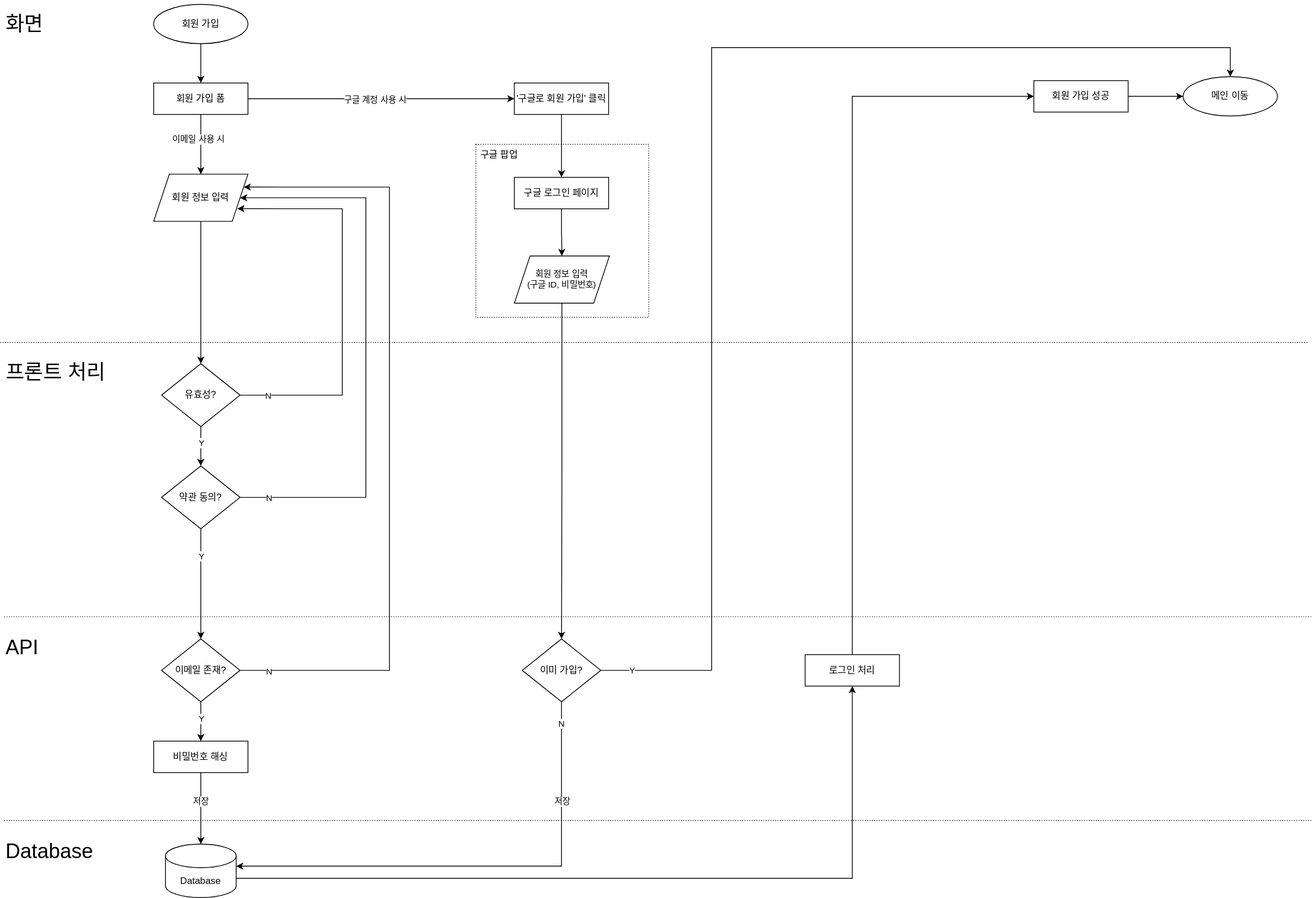
This is docs/2. 설계/2.2 소프트웨어 설계/2.2.3 플로차트/회원 가입.svg from sarifor/cart-connect-market, a draw.io export, as it was before one commit. Source tidied: cells renumbered, new cells last; positions are measured from the earlier drawing's top-left corner, leaving out a move shared by most shapes. Source of this version:
```xml
<mxGraphModel>
  <root>
    <mxCell id="0" />
    <mxCell id="1" parent="0" />
    <mxCell id="2" style="group;" parent="1" vertex="1">
      <mxGeometry x="605" y="183" width="220" height="221" as="geometry" />
    </mxCell>
    <mxCell id="3" style="whiteSpace=wrap;html=1;fillColor=none;dashed=1;dashPattern=1 2;" parent="2" vertex="1">
      <mxGeometry y="1" width="220" height="220" as="geometry" />
    </mxCell>
    <mxCell id="4" value="구글 팝업" style="text;html=1;align=center;verticalAlign=middle;whiteSpace=wrap;rounded=0;" parent="2" vertex="1">
      <mxGeometry width="60" height="30" as="geometry" />
    </mxCell>
    <mxCell id="5" style="edgeStyle=orthogonalEdgeStyle;rounded=0;jettySize=auto;html=1;" parent="1" edge="1" source="6" target="11">
      <mxGeometry relative="1" as="geometry" />
    </mxCell>
    <mxCell id="6" value="회원 가입" style="ellipse;whiteSpace=wrap;html=1;" parent="1" vertex="1">
      <mxGeometry x="195" y="6" width="120" height="50" as="geometry" />
    </mxCell>
    <mxCell id="7" style="edgeStyle=orthogonalEdgeStyle;rounded=0;jettySize=auto;html=1;" parent="1" edge="1" source="11" target="13">
      <mxGeometry relative="1" as="geometry" />
    </mxCell>
    <mxCell id="8" value="이메일 사용 시" style="edgeLabel;html=1;align=center;verticalAlign=middle;" parent="7" vertex="1">
      <mxGeometry x="-0.16" y="-4" relative="1" as="geometry">
        <mxPoint y="-1" as="offset" />
      </mxGeometry>
    </mxCell>
    <mxCell id="9" style="edgeStyle=orthogonalEdgeStyle;rounded=0;jettySize=auto;html=1;" parent="1" edge="1" source="11" target="37">
      <mxGeometry relative="1" as="geometry" />
    </mxCell>
    <mxCell id="10" value="구글 계정 사용 시" style="edgeLabel;html=1;align=center;verticalAlign=middle;" parent="9" vertex="1">
      <mxGeometry x="-0.05" y="-1" relative="1" as="geometry" />
    </mxCell>
    <mxCell id="11" value="회원 가입 폼" style="rounded=0;whiteSpace=wrap;html=1;fontSize=12;glass=0;strokeWidth=1;shadow=0;" parent="1" vertex="1">
      <mxGeometry x="195" y="106" width="120" height="40" as="geometry" />
    </mxCell>
    <mxCell id="12" style="edgeStyle=orthogonalEdgeStyle;rounded=0;jettySize=auto;html=1;" parent="1" edge="1" source="13" target="16">
      <mxGeometry relative="1" as="geometry" />
    </mxCell>
    <mxCell id="13" value="회원 정보 입력" style="shape=parallelogram;perimeter=parallelogramPerimeter;whiteSpace=wrap;html=1;fixedSize=1;" parent="1" vertex="1">
      <mxGeometry x="195" y="222" width="120" height="60" as="geometry" />
    </mxCell>
    <mxCell id="14" style="edgeStyle=orthogonalEdgeStyle;rounded=0;jettySize=auto;html=1;" parent="1" edge="1" source="16" target="21">
      <mxGeometry relative="1" as="geometry" />
    </mxCell>
    <mxCell id="15" value="Y" style="edgeLabel;html=1;align=center;verticalAlign=middle;" parent="14" vertex="1">
      <mxGeometry x="-0.2" relative="1" as="geometry" />
    </mxCell>
    <mxCell id="16" value="유효성?" style="rhombus;whiteSpace=wrap;html=1;" parent="1" vertex="1">
      <mxGeometry x="205" y="463" width="100" height="80" as="geometry" />
    </mxCell>
    <mxCell id="17" style="edgeStyle=orthogonalEdgeStyle;rounded=0;jettySize=auto;html=1;exitX=1;exitY=0.5;exitDx=0;exitDy=0;entryX=1;entryY=0.5;entryDx=0;entryDy=0;" parent="1" edge="1" source="21" target="13">
      <mxGeometry relative="1" as="geometry">
        <Array as="points">
          <mxPoint x="465" y="633" />
          <mxPoint x="465" y="252" />
        </Array>
      </mxGeometry>
    </mxCell>
    <mxCell id="18" value="N" style="edgeLabel;html=1;align=center;verticalAlign=middle;" parent="17" vertex="1">
      <mxGeometry x="-0.9" relative="1" as="geometry" />
    </mxCell>
    <mxCell id="19" style="edgeStyle=orthogonalEdgeStyle;rounded=0;jettySize=auto;html=1;entryX=0.5;entryY=0;entryDx=0;entryDy=0;" parent="1" edge="1" source="21" target="26">
      <mxGeometry relative="1" as="geometry" />
    </mxCell>
    <mxCell id="20" value="Y" style="edgeLabel;html=1;align=center;verticalAlign=middle;" parent="19" vertex="1">
      <mxGeometry x="-0.11" relative="1" as="geometry">
        <mxPoint y="-28" as="offset" />
      </mxGeometry>
    </mxCell>
    <mxCell id="21" value="약관 동의?" style="rhombus;whiteSpace=wrap;html=1;" parent="1" vertex="1">
      <mxGeometry x="205" y="593" width="100" height="80" as="geometry" />
    </mxCell>
    <mxCell id="22" style="edgeStyle=orthogonalEdgeStyle;rounded=0;jettySize=auto;html=1;" parent="1" edge="1" source="26" target="29">
      <mxGeometry relative="1" as="geometry" />
    </mxCell>
    <mxCell id="23" value="Y" style="edgeLabel;html=1;align=center;verticalAlign=middle;" parent="22" vertex="1">
      <mxGeometry x="-0.15" relative="1" as="geometry" />
    </mxCell>
    <mxCell id="24" style="edgeStyle=orthogonalEdgeStyle;rounded=0;jettySize=auto;html=1;entryX=1;entryY=0.25;entryDx=0;entryDy=0;exitX=1;exitY=0.5;exitDx=0;exitDy=0;" parent="1" edge="1" source="26" target="13">
      <mxGeometry relative="1" as="geometry">
        <Array as="points">
          <mxPoint x="495" y="853" />
          <mxPoint x="495" y="238" />
        </Array>
      </mxGeometry>
    </mxCell>
    <mxCell id="25" value="N" style="edgeLabel;html=1;align=center;verticalAlign=middle;" parent="24" vertex="1">
      <mxGeometry x="-0.93" y="-1" relative="1" as="geometry">
        <mxPoint x="1" as="offset" />
      </mxGeometry>
    </mxCell>
    <mxCell id="26" value="이메일 존재?" style="rhombus;whiteSpace=wrap;html=1;" parent="1" vertex="1">
      <mxGeometry x="205" y="813" width="100" height="80" as="geometry" />
    </mxCell>
    <mxCell id="27" style="edgeStyle=orthogonalEdgeStyle;rounded=0;jettySize=auto;html=1;" parent="1" edge="1" source="29" target="31">
      <mxGeometry relative="1" as="geometry" />
    </mxCell>
    <mxCell id="28" value="저장" style="edgeLabel;html=1;align=center;verticalAlign=middle;" parent="27" vertex="1">
      <mxGeometry x="-0.22" y="-1" relative="1" as="geometry" />
    </mxCell>
    <mxCell id="29" value="비밀번호 해싱" style="rounded=0;whiteSpace=wrap;html=1;fontSize=12;glass=0;strokeWidth=1;shadow=0;" parent="1" vertex="1">
      <mxGeometry x="195" y="943" width="120" height="40" as="geometry" />
    </mxCell>
    <mxCell id="30" style="edgeStyle=orthogonalEdgeStyle;rounded=0;jettySize=auto;html=1;exitX=1;exitY=0;exitDx=0;exitDy=43.5;exitPerimeter=0;entryX=0.5;entryY=1;entryDx=0;entryDy=0;" parent="1" edge="1" source="31" target="52">
      <mxGeometry relative="1" as="geometry" />
    </mxCell>
    <mxCell id="31" value="Database" style="shape=cylinder3;whiteSpace=wrap;html=1;boundedLbl=1;backgroundOutline=1;size=15;" parent="1" vertex="1">
      <mxGeometry x="210" y="1074" width="90" height="68" as="geometry" />
    </mxCell>
    <mxCell id="32" value="&lt;font style=&quot;font-size: 26px;&quot;&gt;화면&lt;/font&gt;" style="text;html=1;align=left;verticalAlign=middle;whiteSpace=wrap;rounded=0;" parent="1" vertex="1">
      <mxGeometry x="5" y="0.5" width="110" height="61" as="geometry" />
    </mxCell>
    <mxCell id="33" value="&lt;span style=&quot;font-size: 26px;&quot;&gt;프론트 처리&lt;/span&gt;" style="text;html=1;align=left;verticalAlign=middle;whiteSpace=wrap;rounded=0;" parent="1" vertex="1">
      <mxGeometry x="5" y="443" width="150" height="61" as="geometry" />
    </mxCell>
    <mxCell id="34" value="&lt;span style=&quot;font-size: 26px;&quot;&gt;API&lt;/span&gt;" style="text;html=1;align=left;verticalAlign=middle;whiteSpace=wrap;rounded=0;" parent="1" vertex="1">
      <mxGeometry x="5" y="793" width="150" height="61" as="geometry" />
    </mxCell>
    <mxCell id="35" value="&lt;span style=&quot;font-size: 26px;&quot;&gt;Database&lt;/span&gt;" style="text;html=1;align=left;verticalAlign=middle;whiteSpace=wrap;rounded=0;" parent="1" vertex="1">
      <mxGeometry x="5" y="1052" width="150" height="61" as="geometry" />
    </mxCell>
    <mxCell id="36" style="edgeStyle=orthogonalEdgeStyle;rounded=0;jettySize=auto;html=1;" parent="1" edge="1" source="37" target="39">
      <mxGeometry relative="1" as="geometry" />
    </mxCell>
    <mxCell id="37" value="'구글로 회원 가입' 클릭" style="rounded=0;whiteSpace=wrap;html=1;fontSize=12;glass=0;strokeWidth=1;shadow=0;" parent="1" vertex="1">
      <mxGeometry x="654" y="106" width="120" height="40" as="geometry" />
    </mxCell>
    <mxCell id="38" style="edgeStyle=orthogonalEdgeStyle;rounded=0;jettySize=auto;html=1;" parent="1" edge="1" source="39" target="41">
      <mxGeometry relative="1" as="geometry" />
    </mxCell>
    <mxCell id="39" value="구글 로그인 페이지" style="rounded=0;whiteSpace=wrap;html=1;fontSize=12;glass=0;strokeWidth=1;shadow=0;" parent="1" vertex="1">
      <mxGeometry x="654" y="226" width="120" height="40" as="geometry" />
    </mxCell>
    <mxCell id="40" style="edgeStyle=orthogonalEdgeStyle;rounded=0;jettySize=auto;html=1;entryX=0.5;entryY=0;entryDx=0;entryDy=0;" parent="1" edge="1" source="41" target="47">
      <mxGeometry relative="1" as="geometry" />
    </mxCell>
    <mxCell id="41" value="회원 정보 입력&lt;div&gt;(구글 ID, 비밀번호)&lt;/div&gt;" style="shape=parallelogram;perimeter=parallelogramPerimeter;whiteSpace=wrap;html=1;fixedSize=1;fontSize=11;" parent="1" vertex="1">
      <mxGeometry x="654" y="326" width="121" height="60" as="geometry" />
    </mxCell>
    <mxCell id="42" style="edgeStyle=orthogonalEdgeStyle;rounded=0;jettySize=auto;html=1;exitX=0.5;exitY=1;exitDx=0;exitDy=0;" parent="1" edge="1" source="47" target="31">
      <mxGeometry relative="1" as="geometry">
        <Array as="points">
          <mxPoint x="714" y="1102" />
        </Array>
      </mxGeometry>
    </mxCell>
    <mxCell id="43" value="N" style="edgeLabel;html=1;align=center;verticalAlign=middle;" parent="42" vertex="1">
      <mxGeometry x="-0.91" y="1" relative="1" as="geometry">
        <mxPoint x="-2" as="offset" />
      </mxGeometry>
    </mxCell>
    <mxCell id="44" value="저장" style="edgeLabel;html=1;align=center;verticalAlign=middle;" parent="42" vertex="1">
      <mxGeometry x="-0.61" relative="1" as="geometry">
        <mxPoint y="6" as="offset" />
      </mxGeometry>
    </mxCell>
    <mxCell id="45" style="edgeStyle=orthogonalEdgeStyle;rounded=0;jettySize=auto;html=1;entryX=0.5;entryY=0;entryDx=0;entryDy=0;" parent="1" edge="1" source="47" target="50">
      <mxGeometry relative="1" as="geometry">
        <Array as="points">
          <mxPoint x="905" y="853" />
          <mxPoint x="905" y="61" />
          <mxPoint x="1565" y="61" />
        </Array>
      </mxGeometry>
    </mxCell>
    <mxCell id="46" value="Y" style="edgeLabel;html=1;align=center;verticalAlign=middle;" parent="45" vertex="1">
      <mxGeometry x="-0.95" y="1" relative="1" as="geometry" />
    </mxCell>
    <mxCell id="47" value="이미 가입?" style="rhombus;whiteSpace=wrap;html=1;" parent="1" vertex="1">
      <mxGeometry x="664" y="813" width="100" height="80" as="geometry" />
    </mxCell>
    <mxCell id="48" style="edgeStyle=orthogonalEdgeStyle;rounded=0;jettySize=auto;html=1;" parent="1" edge="1" source="49" target="50">
      <mxGeometry relative="1" as="geometry" />
    </mxCell>
    <mxCell id="49" value="회원 가입 성공" style="rounded=0;whiteSpace=wrap;html=1;fontSize=12;glass=0;strokeWidth=1;shadow=0;" parent="1" vertex="1">
      <mxGeometry x="1315" y="103" width="120" height="40" as="geometry" />
    </mxCell>
    <mxCell id="50" value="메인 이동" style="ellipse;whiteSpace=wrap;html=1;" parent="1" vertex="1">
      <mxGeometry x="1505" y="98" width="120" height="50" as="geometry" />
    </mxCell>
    <mxCell id="51" style="edgeStyle=orthogonalEdgeStyle;rounded=0;jettySize=auto;html=1;entryX=0;entryY=0.5;entryDx=0;entryDy=0;" parent="1" edge="1" source="52" target="49">
      <mxGeometry relative="1" as="geometry">
        <Array as="points">
          <mxPoint x="1084" y="123" />
        </Array>
      </mxGeometry>
    </mxCell>
    <mxCell id="52" value="로그인 처리" style="rounded=0;whiteSpace=wrap;html=1;fontSize=12;glass=0;strokeWidth=1;shadow=0;" parent="1" vertex="1">
      <mxGeometry x="1024" y="833" width="120" height="40" as="geometry" />
    </mxCell>
    <mxCell id="53" style="endArrow=none;dashed=1;html=1;strokeWidth=1;rounded=0;dashPattern=1 2;" parent="1" edge="1">
      <mxGeometry relative="1" as="geometry">
        <mxPoint y="436" as="sourcePoint" />
        <mxPoint x="1665" y="436" as="targetPoint" />
      </mxGeometry>
    </mxCell>
    <mxCell id="54" style="endArrow=none;dashed=1;html=1;strokeWidth=1;rounded=0;dashPattern=1 2;" parent="1" edge="1">
      <mxGeometry relative="1" as="geometry">
        <mxPoint x="5" y="784.8" as="sourcePoint" />
        <mxPoint x="1670" y="784.8" as="targetPoint" />
      </mxGeometry>
    </mxCell>
    <mxCell id="55" style="endArrow=none;dashed=1;html=1;strokeWidth=1;rounded=0;dashPattern=1 2;" parent="1" edge="1">
      <mxGeometry relative="1" as="geometry">
        <mxPoint x="5" y="1044" as="sourcePoint" />
        <mxPoint x="1670" y="1044" as="targetPoint" />
      </mxGeometry>
    </mxCell>
    <mxCell id="56" style="edgeStyle=orthogonalEdgeStyle;rounded=0;jettySize=auto;html=1;exitX=1;exitY=0.5;exitDx=0;exitDy=0;entryX=0.887;entryY=0.731;entryDx=0;entryDy=0;entryPerimeter=0;" parent="1" edge="1" source="16" target="13">
      <mxGeometry relative="1" as="geometry">
        <Array as="points">
          <mxPoint x="435" y="503" />
          <mxPoint x="435" y="266" />
        </Array>
      </mxGeometry>
    </mxCell>
    <mxCell id="57" value="N" style="edgeLabel;html=1;align=center;verticalAlign=middle;" parent="56" vertex="1">
      <mxGeometry x="-0.9" relative="1" as="geometry">
        <mxPoint x="9" as="offset" />
      </mxGeometry>
    </mxCell>
  </root>
</mxGraphModel>
```
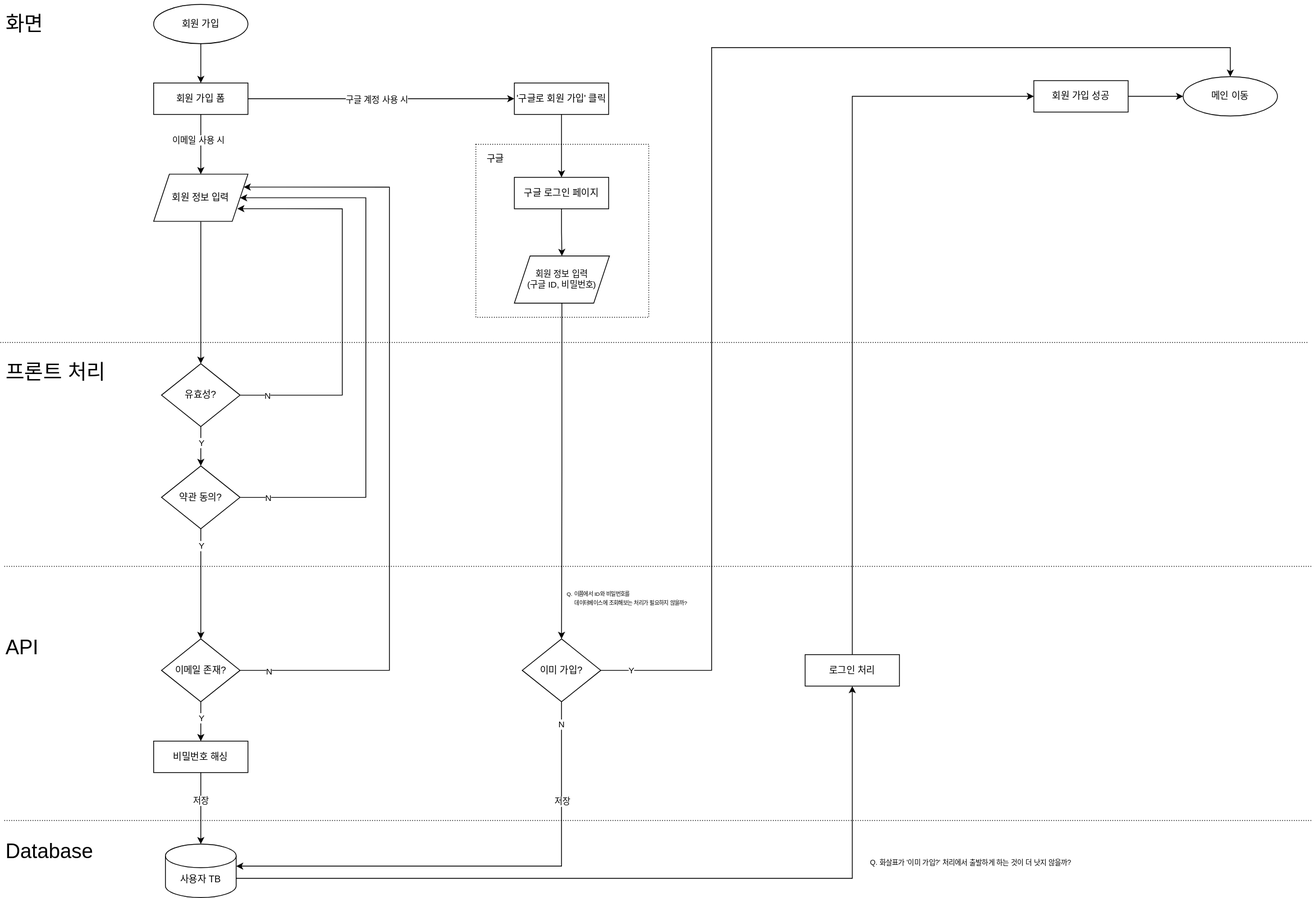
The same file after the commit.

Diff of the diagram source:
```diff
@@ -8,8 +8,8 @@
     <mxCell id="3" style="whiteSpace=wrap;html=1;fillColor=none;dashed=1;dashPattern=1 2;" parent="2" vertex="1">
       <mxGeometry y="1" width="220" height="220" as="geometry" />
     </mxCell>
-    <mxCell id="4" value="구글 팝업" style="text;html=1;align=center;verticalAlign=middle;whiteSpace=wrap;rounded=0;" parent="2" vertex="1">
-      <mxGeometry width="60" height="30" as="geometry" />
+    <mxCell id="4" value="구글" style="text;html=1;align=center;verticalAlign=middle;whiteSpace=wrap;rounded=0;" parent="2" vertex="1">
+      <mxGeometry width="50" height="40" as="geometry" />
     </mxCell>
     <mxCell id="5" style="edgeStyle=orthogonalEdgeStyle;rounded=0;jettySize=auto;html=1;" parent="1" edge="1" source="6" target="11">
       <mxGeometry relative="1" as="geometry" />
@@ -65,7 +65,7 @@
     </mxCell>
     <mxCell id="20" value="Y" style="edgeLabel;html=1;align=center;verticalAlign=middle;" parent="19" vertex="1">
       <mxGeometry x="-0.11" relative="1" as="geometry">
-        <mxPoint y="-28" as="offset" />
+        <mxPoint y="-42" as="offset" />
       </mxGeometry>
     </mxCell>
     <mxCell id="21" value="약관 동의?" style="rhombus;whiteSpace=wrap;html=1;" parent="1" vertex="1">
@@ -105,7 +105,7 @@
     <mxCell id="30" style="edgeStyle=orthogonalEdgeStyle;rounded=0;jettySize=auto;html=1;exitX=1;exitY=0;exitDx=0;exitDy=43.5;exitPerimeter=0;entryX=0.5;entryY=1;entryDx=0;entryDy=0;" parent="1" edge="1" source="31" target="52">
       <mxGeometry relative="1" as="geometry" />
     </mxCell>
-    <mxCell id="31" value="Database" style="shape=cylinder3;whiteSpace=wrap;html=1;boundedLbl=1;backgroundOutline=1;size=15;" parent="1" vertex="1">
+    <mxCell id="31" value="사용자 TB" style="shape=cylinder3;whiteSpace=wrap;html=1;boundedLbl=1;backgroundOutline=1;size=15;" parent="1" vertex="1">
       <mxGeometry x="210" y="1074" width="90" height="68" as="geometry" />
     </mxCell>
     <mxCell id="32" value="&lt;font style=&quot;font-size: 26px;&quot;&gt;화면&lt;/font&gt;" style="text;html=1;align=left;verticalAlign=middle;whiteSpace=wrap;rounded=0;" parent="1" vertex="1">
@@ -197,8 +197,8 @@
     </mxCell>
     <mxCell id="54" style="endArrow=none;dashed=1;html=1;strokeWidth=1;rounded=0;dashPattern=1 2;" parent="1" edge="1">
       <mxGeometry relative="1" as="geometry">
-        <mxPoint x="5" y="784.8" as="sourcePoint" />
-        <mxPoint x="1670" y="784.8" as="targetPoint" />
+        <mxPoint x="5" y="720.8" as="sourcePoint" />
+        <mxPoint x="1670" y="720.8" as="targetPoint" />
       </mxGeometry>
     </mxCell>
     <mxCell id="55" style="endArrow=none;dashed=1;html=1;strokeWidth=1;rounded=0;dashPattern=1 2;" parent="1" edge="1">
@@ -220,5 +220,11 @@
         <mxPoint x="9" as="offset" />
       </mxGeometry>
     </mxCell>
+    <mxCell id="58" value="&lt;font style=&quot;font-size: 7px;&quot;&gt;Q. 이쯤에서 ID와 비밀번호를&lt;/font&gt;&lt;div&gt;&lt;font style=&quot;font-size: 7px;&quot;&gt;&amp;nbsp; &amp;nbsp; &amp;nbsp;데이터베이스에 조회해보는&amp;nbsp;&lt;span style=&quot;background-color: transparent; color: light-dark(rgb(0, 0, 0), rgb(255, 255, 255));&quot;&gt;처리가 필요하지 않을까?&lt;/span&gt;&lt;/font&gt;&lt;/div&gt;" style="text;html=1;align=left;verticalAlign=middle;whiteSpace=wrap;rounded=0;fontSize=9;" parent="1" vertex="1">
+      <mxGeometry x="719" y="746" width="186" height="30" as="geometry" />
+    </mxCell>
+    <mxCell id="59" value="&lt;font&gt;Q. 화살표가 '이미 가입?' 처리에서 출발하게 하는 것이 더 낫지 않을까?&lt;/font&gt;" style="text;html=1;align=left;verticalAlign=middle;whiteSpace=wrap;rounded=0;fontSize=9;" parent="1" vertex="1">
+      <mxGeometry x="1105" y="1083" width="290" height="30" as="geometry" />
+    </mxCell>
   </root>
 </mxGraphModel>
```
